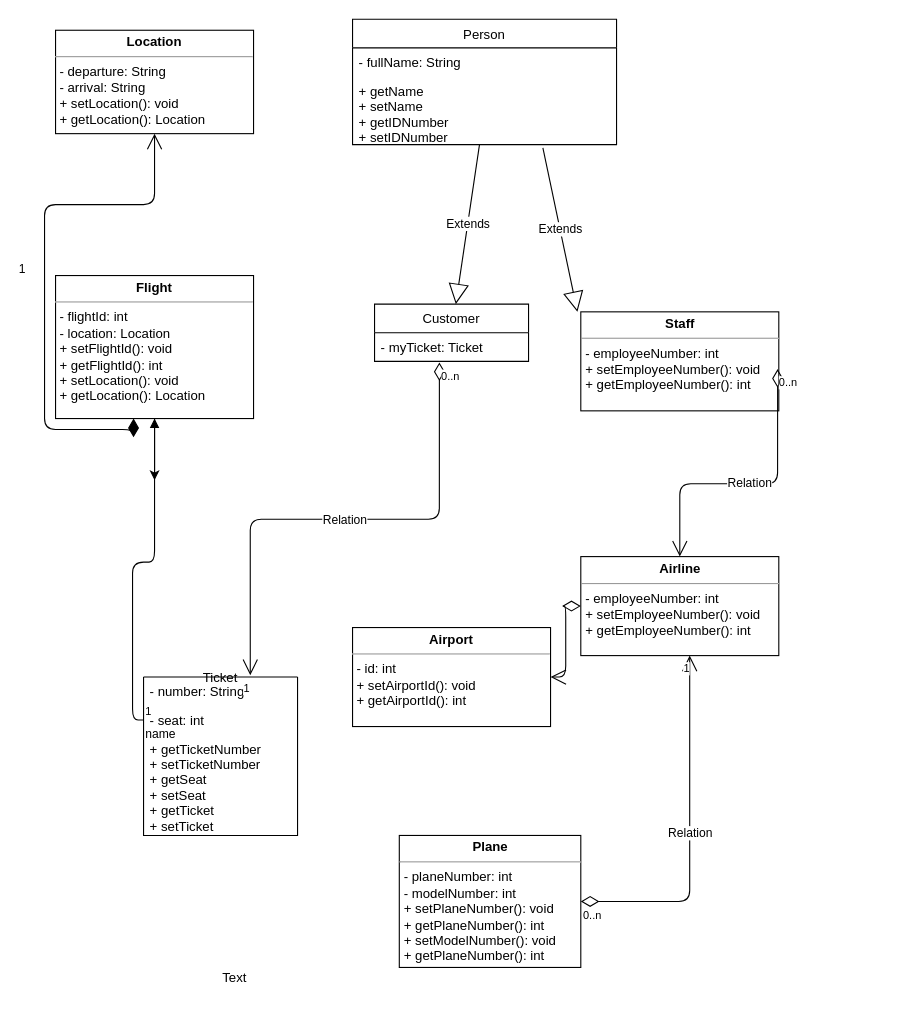
This is Untitled Diagram.drawio from marciasilva/Files, a draw.io file, before an edit. Source tidied: cells renumbered, new cells numbered last; positions are measured from the earlier drawing's top-left corner, leaving out a move shared by most shapes. Both pictures are drawn from the tidied source at 110%, with x=0, y=0 at pixel (55, 19).
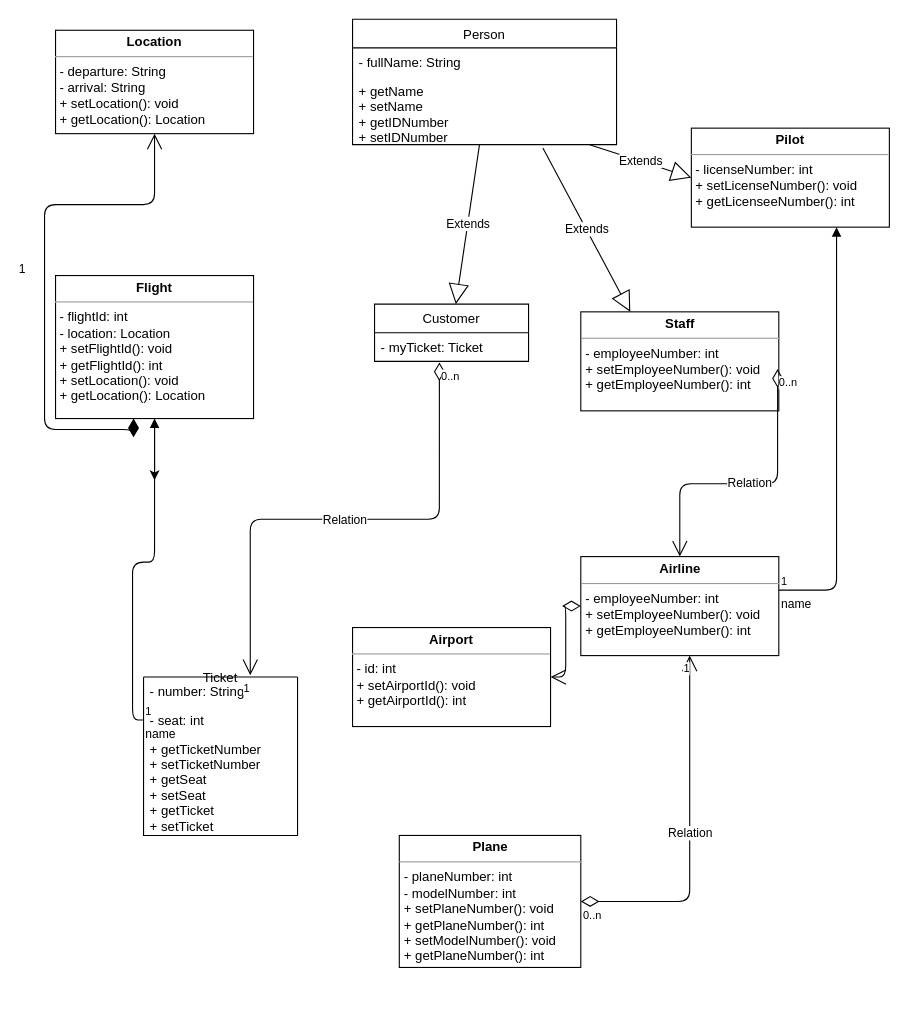
Above is the later version.

Unchanged cells that the change refers to:
```xml
<mxCell id="4" value="+ getName&#10;+ setName&#10;+ getIDNumber&#10;+ setIDNumber&#10;" style="text;strokeColor=none;fillColor=none;align=left;verticalAlign=top;spacingLeft=4;spacingRight=4;overflow=hidden;points=[[0,0.5],[1,0.5]];portConstraint=eastwest;" parent="2" vertex="1">
  <mxGeometry y="52" width="240" height="62" as="geometry" />
</mxCell>
<mxCell id="11" value="&lt;p style=&quot;margin: 0px ; margin-top: 4px ; text-align: center&quot;&gt;&lt;b&gt;Staff&lt;/b&gt;&lt;/p&gt;&lt;hr size=&quot;1&quot;&gt;&lt;p style=&quot;margin: 0px ; margin-left: 4px&quot;&gt;- employeeNumber: int&lt;/p&gt;&lt;p style=&quot;margin: 0px ; margin-left: 4px&quot;&gt;+ setEmployeeNumber(): void&lt;/p&gt;&lt;p style=&quot;margin: 0px ; margin-left: 4px&quot;&gt;+ getEmployeeNumber(): int&lt;/p&gt;" style="verticalAlign=top;align=left;overflow=fill;fontSize=12;fontFamily=Helvetica;html=1;" parent="1" vertex="1">
  <mxGeometry x="477.5" y="266" width="180" height="90" as="geometry" />
</mxCell>
<mxCell id="15" value="&lt;p style=&quot;margin: 0px ; margin-top: 4px ; text-align: center&quot;&gt;&lt;b&gt;Airline&lt;/b&gt;&lt;/p&gt;&lt;hr size=&quot;1&quot;&gt;&lt;p style=&quot;margin: 0px ; margin-left: 4px&quot;&gt;- employeeNumber: int&lt;/p&gt;&lt;p style=&quot;margin: 0px ; margin-left: 4px&quot;&gt;+ setEmployeeNumber(): void&lt;/p&gt;&lt;p style=&quot;margin: 0px ; margin-left: 4px&quot;&gt;+ getEmployeeNumber(): int&lt;/p&gt;" style="verticalAlign=top;align=left;overflow=fill;fontSize=12;fontFamily=Helvetica;html=1;" parent="1" vertex="1">
  <mxGeometry x="477.5" y="488.5" width="180" height="90" as="geometry" />
</mxCell>
```

Change to the diagram source:
```diff
@@
-    <mxCell id="12" value="Extends" style="endArrow=block;endSize=16;endFill=0;html=1;entryX=-0.017;entryY=0;entryDx=0;entryDy=0;entryPerimeter=0;exitX=0.721;exitY=1.048;exitDx=0;exitDy=0;exitPerimeter=0;" parent="1" edge="1" source="4" target="11">
+    <mxCell id="12" value="Extends" style="endArrow=block;endSize=16;endFill=0;html=1;entryX=0.25;entryY=0;entryDx=0;entryDy=0;exitX=0.721;exitY=1.048;exitDx=0;exitDy=0;exitPerimeter=0;" parent="1" edge="1" source="4" target="11">
       <mxGeometry relative="1" as="geometry" />
     </mxCell>
@@
-    <mxCell id="33" value="Text" style="text;html=1;align=left;verticalAlign=top;spacingTop=-4;" parent="1" vertex="1">
-      <mxGeometry x="150" y="862" width="40" height="20" as="geometry" />
-    </mxCell>
+    <mxCell id="34" value="&lt;p style=&quot;margin: 0px ; margin-top: 4px ; text-align: center&quot;&gt;&lt;b&gt;Pilot&lt;/b&gt;&lt;/p&gt;&lt;hr size=&quot;1&quot;&gt;&lt;p style=&quot;margin: 0px ; margin-left: 4px&quot;&gt;- licenseNumber: int&lt;/p&gt;&lt;p style=&quot;margin: 0px ; margin-left: 4px&quot;&gt;+ setLicenseNumber(): void&lt;/p&gt;&lt;p style=&quot;margin: 0px ; margin-left: 4px&quot;&gt;+ getLicenseeNumber(): int&lt;/p&gt;" style="verticalAlign=top;align=left;overflow=fill;fontSize=12;fontFamily=Helvetica;html=1;" parent="1" vertex="1">
+      <mxGeometry x="578" y="99" width="180" height="90" as="geometry" />
+    </mxCell>
+    <mxCell id="35" value="Extends" style="endArrow=block;endSize=16;endFill=0;html=1;entryX=0;entryY=0.5;entryDx=0;entryDy=0;" parent="1" edge="1" source="4" target="34">
+      <mxGeometry relative="1" as="geometry" />
+    </mxCell>
+    <mxCell id="36" value="name" style="endArrow=block;endFill=1;html=1;edgeStyle=orthogonalEdgeStyle;align=left;verticalAlign=top;" parent="1" edge="1" source="15" target="34">
+      <mxGeometry x="-1" relative="1" as="geometry">
+        <Array as="points">
+          <mxPoint x="710" y="519" />
+        </Array>
+      </mxGeometry>
+    </mxCell>
+    <mxCell id="37" value="1" style="html=1;align=left;verticalAlign=bottom;labelBackgroundColor=#ffffff;fontSize=10;" parent="36" vertex="1">
+      <mxGeometry x="-1" relative="1" as="geometry" />
+    </mxCell>
```
